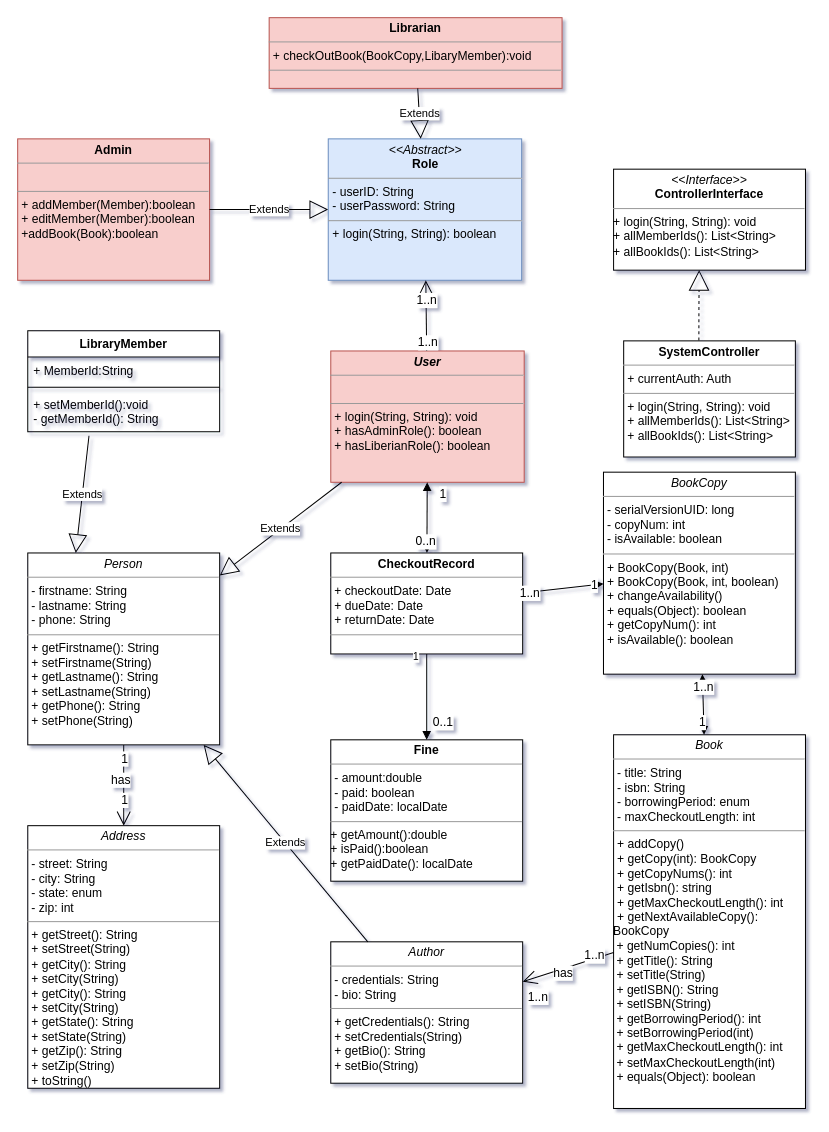
Above: Untitled Diagram.drawio in megaunknown/UML (draw.io), before the change. Source tidied: cells renumbered, new cells numbered last; positions are measured from the earlier drawing's top-left corner, leaving out a move shared by most shapes. Both pictures are drawn from the tidied source at 101%, with x=0, y=0 at pixel (17, 17).
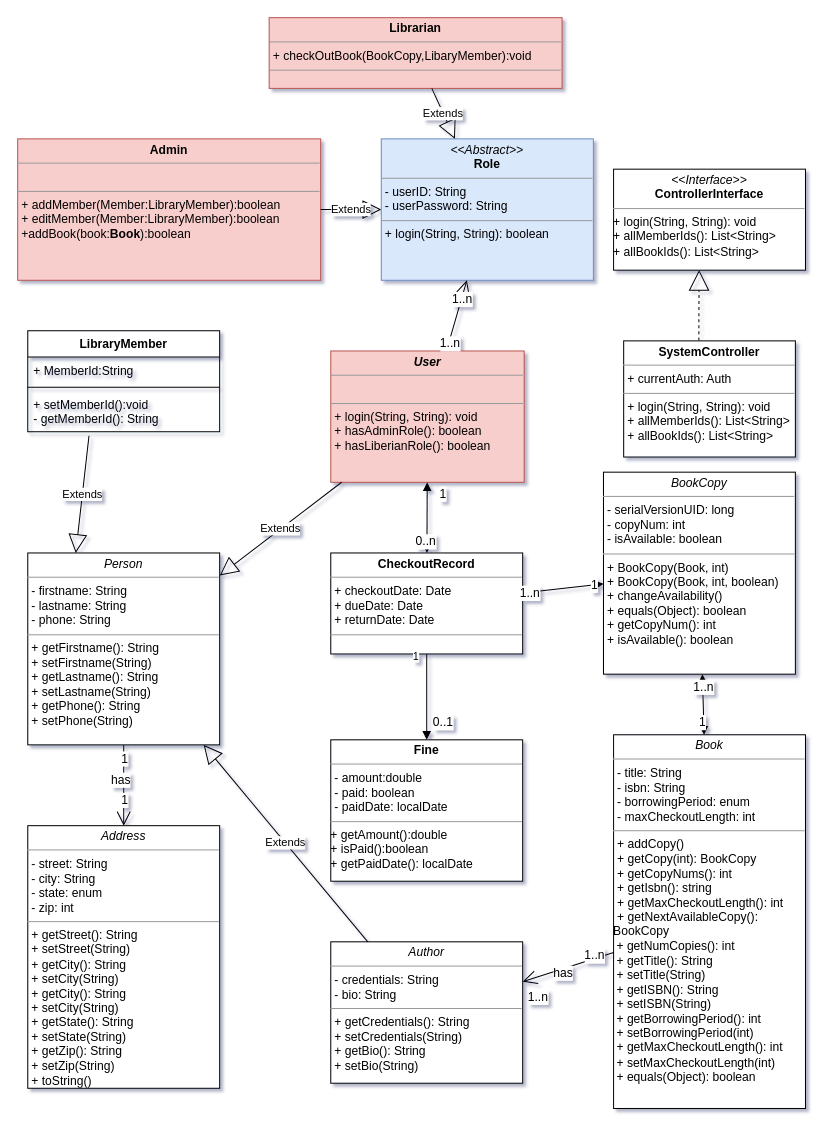
After the change.

Commit message:
Update Admin Class Digram

Diff of the diagram source:
```diff
@@
-    <mxCell id="2" value="&lt;p style=&quot;margin: 0px ; margin-top: 4px ; text-align: center&quot;&gt;&lt;b&gt;Admin&lt;/b&gt;&lt;/p&gt;&lt;hr size=&quot;1&quot;&gt;&lt;p style=&quot;margin: 0px ; margin-left: 4px&quot;&gt;&lt;br&gt;&lt;/p&gt;&lt;hr size=&quot;1&quot;&gt;&lt;p style=&quot;margin: 0px ; margin-left: 4px&quot;&gt;+ addMember(Member):boolean&lt;/p&gt;&lt;p style=&quot;margin: 0px ; margin-left: 4px&quot;&gt;+ editMember(Member):boolean&lt;/p&gt;&lt;p style=&quot;margin: 0px ; margin-left: 4px&quot;&gt;+addBook(Book):boolean&lt;/p&gt;&lt;p style=&quot;margin: 0px ; margin-left: 4px&quot;&gt;&lt;br&gt;&lt;/p&gt;" style="verticalAlign=top;align=left;overflow=fill;fontSize=12;fontFamily=Helvetica;html=1;rounded=0;shadow=0;comic=0;labelBackgroundColor=none;strokeWidth=1;fillColor=#f8cecc;strokeColor=#b85450;" parent="1" vertex="1">
-      <mxGeometry y="120" width="190" height="140" as="geometry" />
+    <mxCell id="2" value="&lt;p style=&quot;margin: 0px ; margin-top: 4px ; text-align: center&quot;&gt;&lt;b&gt;Admin&lt;/b&gt;&lt;/p&gt;&lt;hr size=&quot;1&quot;&gt;&lt;p style=&quot;margin: 0px ; margin-left: 4px&quot;&gt;&lt;br&gt;&lt;/p&gt;&lt;hr size=&quot;1&quot;&gt;&lt;p style=&quot;margin: 0px ; margin-left: 4px&quot;&gt;+ addMember(Member:LibraryMember):boolean&lt;/p&gt;&lt;p style=&quot;margin: 0px ; margin-left: 4px&quot;&gt;+ editMember(Member:LibraryMember):boolean&lt;/p&gt;&lt;p style=&quot;margin: 0px ; margin-left: 4px&quot;&gt;+addBook(book:&lt;b&gt;Book&lt;/b&gt;):boolean&lt;/p&gt;&lt;p style=&quot;margin: 0px ; margin-left: 4px&quot;&gt;&lt;br&gt;&lt;/p&gt;" style="verticalAlign=top;align=left;overflow=fill;fontSize=12;fontFamily=Helvetica;html=1;rounded=0;shadow=0;comic=0;labelBackgroundColor=none;strokeWidth=1;fillColor=#f8cecc;strokeColor=#b85450;" parent="1" vertex="1">
+      <mxGeometry y="120" width="300" height="140" as="geometry" />
     </mxCell>
@@
     <mxCell id="42" value="&lt;p style=&quot;margin: 0px ; margin-top: 4px ; text-align: center&quot;&gt;&lt;i&gt;&amp;lt;&amp;lt;Abstract&amp;gt;&amp;gt;&lt;/i&gt;&lt;br&gt;&lt;b&gt;Role&lt;/b&gt;&lt;/p&gt;&lt;hr size=&quot;1&quot;&gt;&lt;p style=&quot;margin: 0px ; margin-left: 4px&quot;&gt;- userID: String&lt;br&gt;- userPassword: String&lt;/p&gt;&lt;hr size=&quot;1&quot;&gt;&lt;p style=&quot;margin: 0px ; margin-left: 4px&quot;&gt;+ login(String, String): boolean&lt;br&gt;&lt;/p&gt;" style="verticalAlign=top;align=left;overflow=fill;fontSize=12;fontFamily=Helvetica;html=1;rounded=0;shadow=0;comic=0;labelBackgroundColor=none;strokeWidth=1;fillColor=#dae8fc;strokeColor=#6c8ebf;" parent="1" vertex="1">
-      <mxGeometry x="307.5" y="120" width="191.5" height="140" as="geometry" />
+      <mxGeometry x="360" y="120" width="210" height="140" as="geometry" />
     </mxCell>
```
